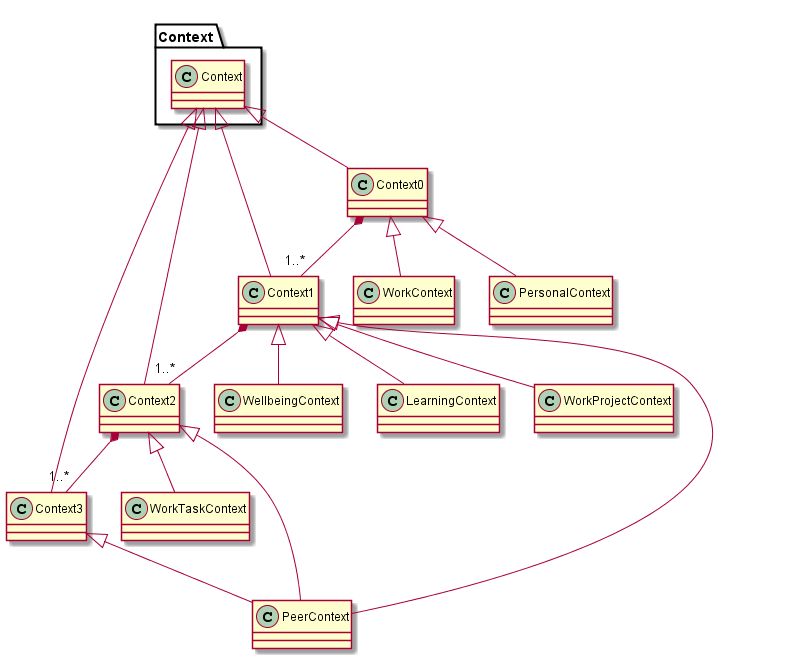
Above: docs/Deliverable_52/applications_doc/smart-contextual-assistance/smart-contexts-design.png in reTHINK-project/scenario-service-implementation (PlantUML), before the change. The source it was exported from:
```plantuml
@startuml "smart-contexts-design.png"


	class Context0 {
	}

  class Context1 {
	}

  class Context2 {
	}

  class Context3 {
	}

  class WorkContext {
  }

  class PersonalContext {
  }

  class WellbeingContext {
  }

  class LearningContext {
  }

  class WorkProjectContext {
  }

  class WorkTaskContext {
  }

  class PeerContext {
  }

	Context0 *-- "1..*" Context1
  Context1 *-- "1..*" Context2
  Context2 *-- "1..*" Context3

	Context0 -up-|> Context.Context
	Context1 -up-|> Context.Context
	Context2 -up-|> Context.Context
	Context3 -up-|> Context.Context

  WorkContext -up-|> Context0
  PersonalContext -up-|> Context0

  WellbeingContext -up-|> Context1
  LearningContext -up-|> Context1

  WorkProjectContext -up-|> Context1
  WorkTaskContext -up-|> Context2

  PeerContext -up-|> Context1
  PeerContext -up-|> Context2
  PeerContext -up-|> Context3

@enduml
```
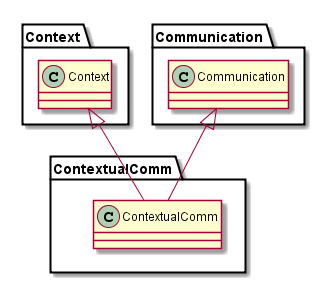
Above is the later version.

Commit message:
Contextual Communication model update

Diff of the diagram source:
```diff
@@ -1,59 +1,14 @@
 @startuml "smart-contexts-design.png"
 
+Package ContextualComm {
 
-	class Context0 {
+	class ContextualComm {
 	}
 
-  class Context1 {
-	}
 
-  class Context2 {
-	}
+	ContextualComm -up-|> Context.Context
 
-  class Context3 {
-	}
-
-  class WorkContext {
-  }
-
-  class PersonalContext {
-  }
-
-  class WellbeingContext {
-  }
-
-  class LearningContext {
-  }
-
-  class WorkProjectContext {
-  }
-
-  class WorkTaskContext {
-  }
-
-  class PeerContext {
-  }
-
-	Context0 *-- "1..*" Context1
-  Context1 *-- "1..*" Context2
-  Context2 *-- "1..*" Context3
-
-	Context0 -up-|> Context.Context
-	Context1 -up-|> Context.Context
-	Context2 -up-|> Context.Context
-	Context3 -up-|> Context.Context
-
-  WorkContext -up-|> Context0
-  PersonalContext -up-|> Context0
-
-  WellbeingContext -up-|> Context1
-  LearningContext -up-|> Context1
-
-  WorkProjectContext -up-|> Context1
-  WorkTaskContext -up-|> Context2
-
-  PeerContext -up-|> Context1
-  PeerContext -up-|> Context2
-  PeerContext -up-|> Context3
+	ContextualComm -up-|> Communication.Communication
+}
 
 @enduml
```
